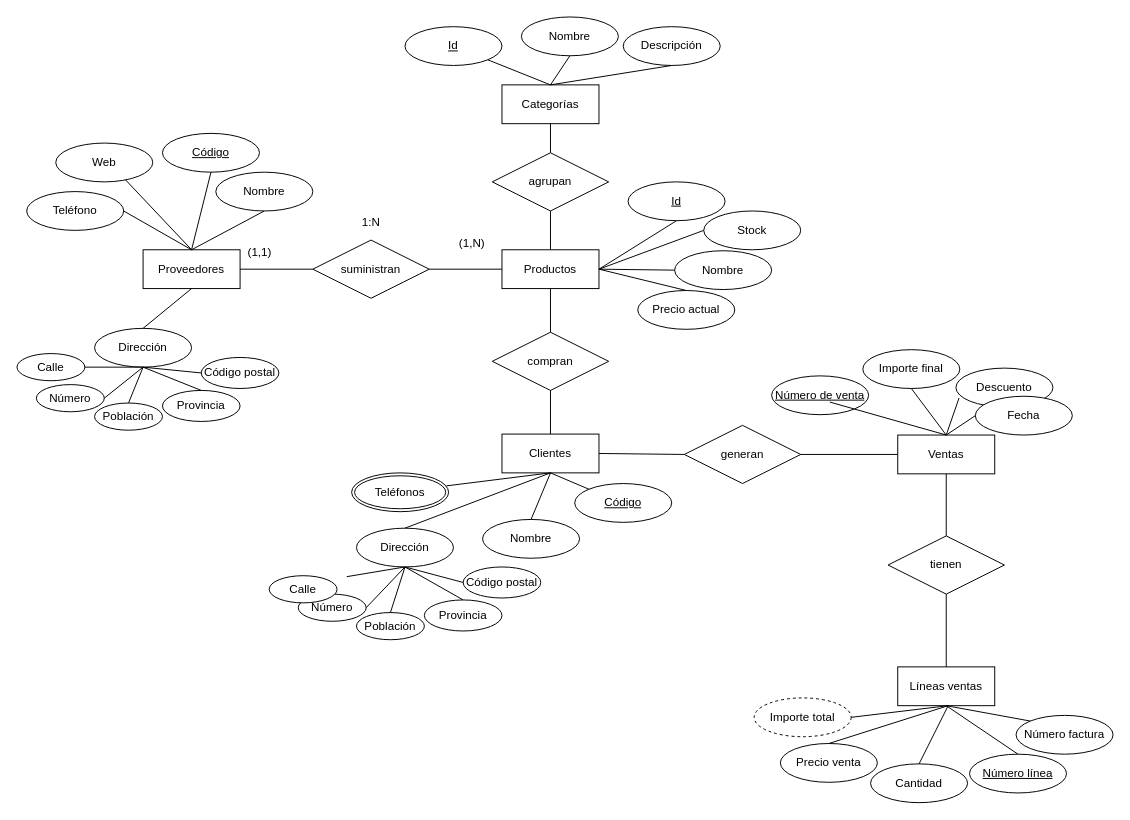
popnoart/popnoart keeps this draw.io diagram as Tarea 4 - Gestión de ventas.drawio. Above is the earlier version. Source tidied: cells renumbered, new cells numbered last; positions are measured from the earlier drawing's top-left corner, leaving out a move shared by most shapes. Both pictures are drawn from the tidied source at 97%, with x=0, y=0 at pixel (16, 16).
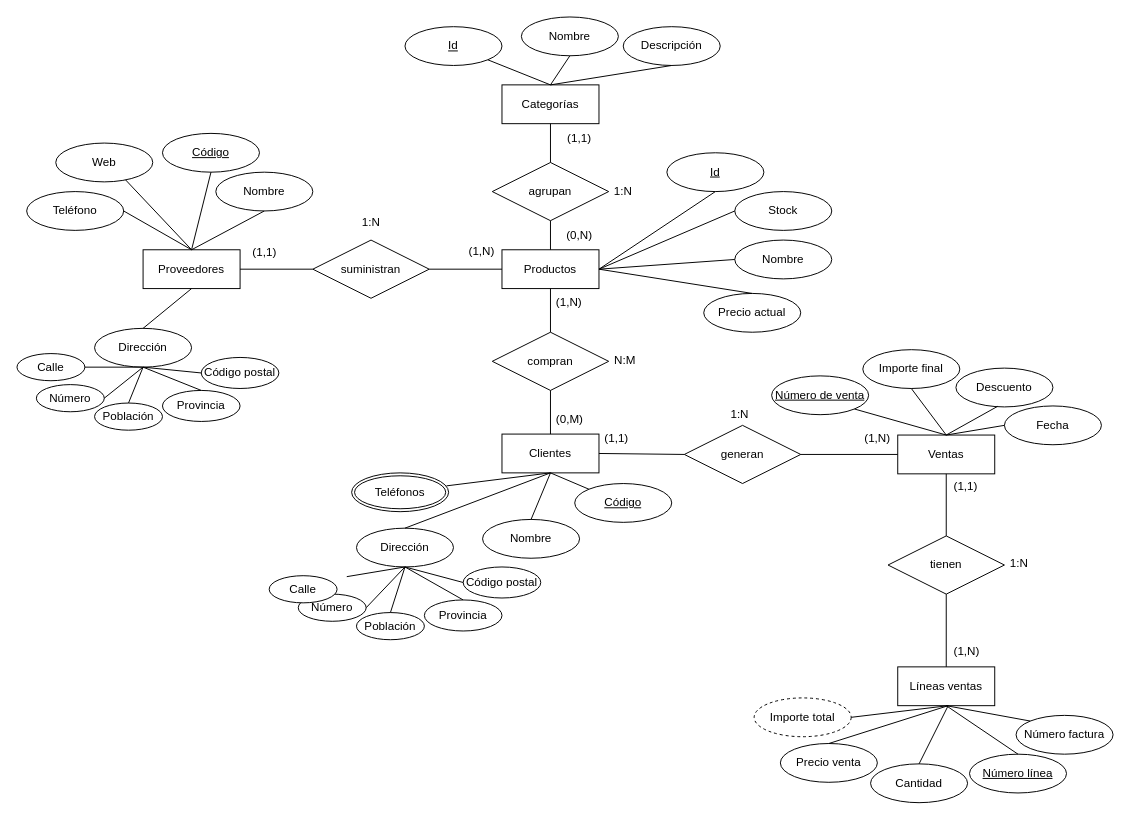
The same page after the edit.

Unchanged cells that the change refers to:
```xml
<mxCell id="26" value="Ventas" style="whiteSpace=wrap;html=1;align=center;" parent="1" vertex="1">
  <mxGeometry x="908" y="431" width="100" height="40" as="geometry" />
</mxCell>
<mxCell id="27" value="Número de venta" style="ellipse;whiteSpace=wrap;html=1;align=center;fontStyle=4;" parent="1" vertex="1">
  <mxGeometry x="778" y="370" width="100" height="40" as="geometry" />
</mxCell>
<mxCell id="28" value="Descuento" style="ellipse;whiteSpace=wrap;html=1;align=center;" parent="1" vertex="1">
  <mxGeometry x="968" y="362" width="100" height="40" as="geometry" />
</mxCell>
```

Diff of the diagram source:
```diff
@@
     <mxCell id="18" value="Id" style="ellipse;whiteSpace=wrap;html=1;align=center;fontStyle=4;" parent="1" vertex="1">
-      <mxGeometry x="630" y="170" width="100" height="40" as="geometry" />
+      <mxGeometry x="670" y="140" width="100" height="40" as="geometry" />
     </mxCell>
     <mxCell id="19" value="Nombre" style="ellipse;whiteSpace=wrap;html=1;align=center;" parent="1" vertex="1">
-      <mxGeometry x="678" y="241" width="100" height="40" as="geometry" />
+      <mxGeometry x="740" y="230" width="100" height="40" as="geometry" />
     </mxCell>
     <mxCell id="20" value="Precio actual" style="ellipse;whiteSpace=wrap;html=1;align=center;" parent="1" vertex="1">
-      <mxGeometry x="640" y="282" width="100" height="40" as="geometry" />
+      <mxGeometry x="708" y="285" width="100" height="40" as="geometry" />
     </mxCell>
     <mxCell id="21" value="Stock" style="ellipse;whiteSpace=wrap;html=1;align=center;" parent="1" vertex="1">
-      <mxGeometry x="708" y="200" width="100" height="40" as="geometry" />
+      <mxGeometry x="740" y="180" width="100" height="40" as="geometry" />
     </mxCell>
@@
     <mxCell id="30" value="Fecha" style="ellipse;whiteSpace=wrap;html=1;align=center;" parent="1" vertex="1">
-      <mxGeometry x="988" y="391" width="100" height="40" as="geometry" />
+      <mxGeometry x="1018" y="401" width="100" height="40" as="geometry" />
     </mxCell>
@@
     <mxCell id="37" value="agrupan" style="shape=rhombus;perimeter=rhombusPerimeter;whiteSpace=wrap;html=1;align=center;" parent="1" vertex="1">
-      <mxGeometry x="490" y="140" width="120" height="60" as="geometry" />
+      <mxGeometry x="490" y="150" width="120" height="60" as="geometry" />
     </mxCell>
@@
-    <mxCell id="81" style="endArrow=none;html=1;rounded=0;exitX=0.5;exitY=1;exitDx=0;exitDy=0;entryX=0.5;entryY=0;entryDx=0;entryDy=0;" parent="1" edge="1" target="26">
-      <mxGeometry relative="1" as="geometry">
-        <mxPoint x="838" y="397" as="sourcePoint" />
-      </mxGeometry>
+    <mxCell id="81" style="endArrow=none;html=1;rounded=0;exitX=1;exitY=1;exitDx=0;exitDy=0;entryX=0.5;entryY=0;entryDx=0;entryDy=0;" parent="1" edge="1" source="27" target="26">
+      <mxGeometry relative="1" as="geometry" />
     </mxCell>
@@
-    <mxCell id="83" style="endArrow=none;html=1;rounded=0;exitX=0.5;exitY=0;exitDx=0;exitDy=0;entryX=0.032;entryY=0.77;entryDx=0;entryDy=0;entryPerimeter=0;" parent="1" edge="1" source="26" target="28">
+    <mxCell id="83" style="endArrow=none;html=1;rounded=0;exitX=0.5;exitY=0;exitDx=0;exitDy=0;entryX=0.43;entryY=0.985;entryDx=0;entryDy=0;entryPerimeter=0;" parent="1" edge="1" source="26" target="28">
       <mxGeometry relative="1" as="geometry" />
     </mxCell>
@@
     <mxCell id="93" value="(1,1)" style="text;html=1;align=center;verticalAlign=middle;strokeColor=none;fillColor=none;" parent="1" vertex="1">
-      <mxGeometry x="225" y="228" width="50" height="30" as="geometry" />
+      <mxGeometry x="230" y="228" width="50" height="30" as="geometry" />
     </mxCell>
     <mxCell id="94" value="(1,N)" style="text;strokeColor=none;fillColor=none;spacingLeft=4;spacingRight=4;overflow=hidden;fontSize=12;whiteSpace=wrap;html=1;" parent="1" vertex="1">
-      <mxGeometry x="450" y="220" width="40" height="30" as="geometry" />
+      <mxGeometry x="460" y="228" width="40" height="30" as="geometry" />
     </mxCell>
@@
+    <mxCell id="96" value="(1,1)" style="text;html=1;align=center;verticalAlign=middle;whiteSpace=wrap;rounded=0;" parent="1" vertex="1">
+      <mxGeometry x="550" y="110" width="60" height="30" as="geometry" />
+    </mxCell>
+    <mxCell id="97" value="(0,N)" style="text;html=1;align=center;verticalAlign=middle;whiteSpace=wrap;rounded=0;" parent="1" vertex="1">
+      <mxGeometry x="550" y="210" width="60" height="30" as="geometry" />
+    </mxCell>
+    <mxCell id="98" value="1:N" style="text;html=1;align=center;verticalAlign=middle;whiteSpace=wrap;rounded=0;" parent="1" vertex="1">
+      <mxGeometry x="595" y="165" width="60" height="30" as="geometry" />
+    </mxCell>
+    <mxCell id="99" value="(0,M)" style="text;strokeColor=none;fillColor=none;spacingLeft=4;spacingRight=4;overflow=hidden;fontSize=12;whiteSpace=wrap;html=1;" parent="1" vertex="1">
+      <mxGeometry x="550" y="401" width="40" height="30" as="geometry" />
+    </mxCell>
+    <mxCell id="100" value="(1,N)" style="text;strokeColor=none;fillColor=none;spacingLeft=4;spacingRight=4;overflow=hidden;fontSize=12;whiteSpace=wrap;html=1;" parent="1" vertex="1">
+      <mxGeometry x="550" y="280" width="40" height="30" as="geometry" />
+    </mxCell>
+    <mxCell id="101" value="N:M" style="text;strokeColor=none;fillColor=none;spacingLeft=4;spacingRight=4;overflow=hidden;fontSize=12;whiteSpace=wrap;html=1;" parent="1" vertex="1">
+      <mxGeometry x="610" y="340" width="40" height="30" as="geometry" />
+    </mxCell>
+    <mxCell id="102" value="(1,N)" style="text;strokeColor=none;fillColor=none;spacingLeft=4;spacingRight=4;overflow=hidden;fontSize=12;whiteSpace=wrap;html=1;" parent="1" vertex="1">
+      <mxGeometry x="868" y="421" width="40" height="30" as="geometry" />
+    </mxCell>
+    <mxCell id="103" value="(1,1)" style="text;strokeColor=none;fillColor=none;spacingLeft=4;spacingRight=4;overflow=hidden;fontSize=12;whiteSpace=wrap;html=1;" parent="1" vertex="1">
+      <mxGeometry x="600" y="421" width="40" height="30" as="geometry" />
+    </mxCell>
+    <mxCell id="104" value="1:N" style="text;strokeColor=none;fillColor=none;spacingLeft=4;spacingRight=4;overflow=hidden;fontSize=12;whiteSpace=wrap;html=1;" parent="1" vertex="1">
+      <mxGeometry x="730" y="396" width="40" height="30" as="geometry" />
+    </mxCell>
+    <mxCell id="105" value="(1,N)" style="text;strokeColor=none;fillColor=none;spacingLeft=4;spacingRight=4;overflow=hidden;fontSize=12;whiteSpace=wrap;html=1;" parent="1" vertex="1">
+      <mxGeometry x="960" y="640" width="40" height="30" as="geometry" />
+    </mxCell>
+    <mxCell id="106" value="(1,1)" style="text;strokeColor=none;fillColor=none;spacingLeft=4;spacingRight=4;overflow=hidden;fontSize=12;whiteSpace=wrap;html=1;" parent="1" vertex="1">
+      <mxGeometry x="960" y="470" width="40" height="30" as="geometry" />
+    </mxCell>
+    <mxCell id="107" value="1:N" style="text;strokeColor=none;fillColor=none;spacingLeft=4;spacingRight=4;overflow=hidden;fontSize=12;whiteSpace=wrap;html=1;" parent="1" vertex="1">
+      <mxGeometry x="1018" y="550" width="40" height="30" as="geometry" />
+    </mxCell>
```
